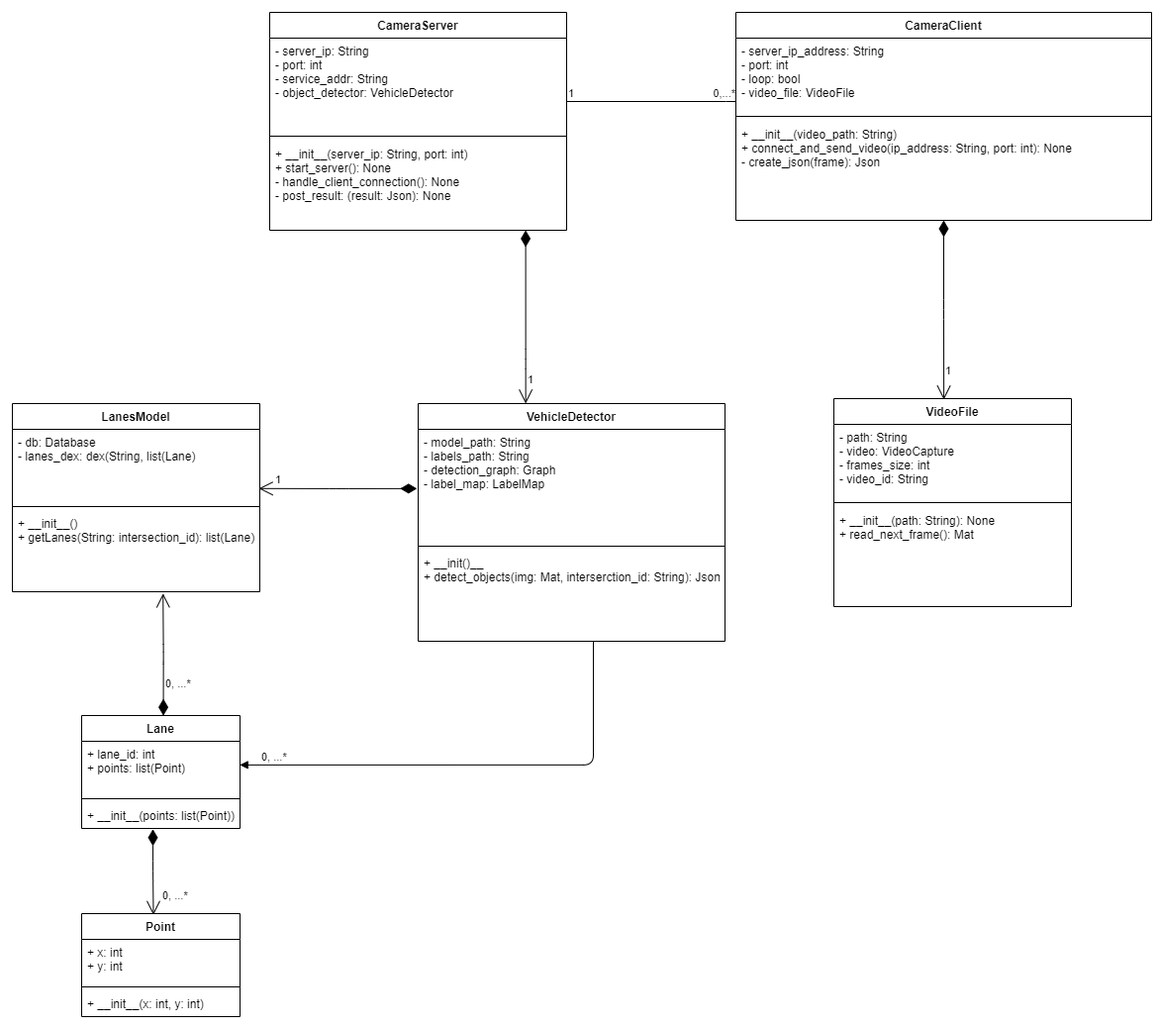
vararucristian/ASET-traffic-tracking keeps this draw.io diagram as Architecture/Client Server class diagram.png. Above is the earlier version. Source tidied: cells renumbered, new cells last; positions are measured from the earlier drawing's top-left corner, leaving out a move shared by most shapes. Its diagram source:
```xml
<mxGraphModel>
  <root>
    <mxCell id="0" />
    <mxCell id="1" parent="0" />
    <mxCell id="2" value="1" style="endArrow=open;html=1;endSize=12;startArrow=diamondThin;startSize=14;startFill=1;edgeStyle=orthogonalEdgeStyle;align=left;verticalAlign=bottom;exitX=0.862;exitY=1;exitDx=0;exitDy=0;exitPerimeter=0;" parent="1" edge="1" source="7" target="16">
      <mxGeometry x="0.83" relative="1" as="geometry">
        <Array as="points">
          <mxPoint x="519" y="350" />
          <mxPoint x="519" y="350" />
        </Array>
      </mxGeometry>
    </mxCell>
    <mxCell id="3" value="1" style="endArrow=open;html=1;endSize=12;startArrow=diamondThin;startSize=14;startFill=1;edgeStyle=orthogonalEdgeStyle;align=left;verticalAlign=bottom;entryX=0.463;entryY=0.005;entryDx=0;entryDy=0;entryPerimeter=0;exitX=0.5;exitY=1;exitDx=0;exitDy=0;" parent="1" edge="1" source="8" target="12">
      <mxGeometry x="0.76" relative="1" as="geometry">
        <mxPoint y="1" as="offset" />
      </mxGeometry>
    </mxCell>
    <mxCell id="4" value="CameraServer" style="swimlane;fontStyle=1;align=center;verticalAlign=top;horizontal=1;startSize=26;rounded=0;shadow=0;strokeWidth=1;" parent="1" vertex="1">
      <mxGeometry x="260" width="300" height="220" as="geometry" />
    </mxCell>
    <mxCell id="5" value="- server_ip: String&#10;- port: int&#10;- service_addr: String&#10;- object_detector: VehicleDetector" style="text;align=left;verticalAlign=top;spacingLeft=4;spacingRight=4;overflow=hidden;points=[[0,0.5],[1,0.5]];portConstraint=eastwest;" parent="4" vertex="1">
      <mxGeometry y="26" width="300" height="94" as="geometry" />
    </mxCell>
    <mxCell id="6" style="line;html=1;strokeWidth=1;align=left;verticalAlign=middle;spacingTop=-1;spacingLeft=3;spacingRight=3;labelPosition=right;" parent="4" vertex="1">
      <mxGeometry y="120" width="300" height="10" as="geometry" />
    </mxCell>
    <mxCell id="7" value="+ __init__(server_ip: String, port: int)&#10;+ start_server(): None&#10;- handle_client_connection(): None&#10;- post_result: (result: Json): None" style="text;align=left;verticalAlign=top;spacingLeft=4;spacingRight=4;overflow=hidden;points=[[0,0.5],[1,0.5]];portConstraint=eastwest;" parent="4" vertex="1">
      <mxGeometry y="130" width="300" height="90" as="geometry" />
    </mxCell>
    <mxCell id="8" value="CameraClient" style="swimlane;fontStyle=1;align=center;verticalAlign=top;horizontal=1;startSize=26;rounded=0;shadow=0;strokeWidth=1;" parent="1" vertex="1">
      <mxGeometry x="731" width="420" height="210" as="geometry" />
    </mxCell>
    <mxCell id="9" value="- server_ip_address: String&#10;- port: int&#10;- loop: bool&#10;- video_file: VideoFile" style="text;align=left;verticalAlign=top;spacingLeft=4;spacingRight=4;overflow=hidden;" parent="8" vertex="1">
      <mxGeometry y="26" width="420" height="74" as="geometry" />
    </mxCell>
    <mxCell id="10" style="line;html=1;strokeWidth=1;align=left;verticalAlign=middle;spacingTop=-1;spacingLeft=3;spacingRight=3;labelPosition=right;" parent="8" vertex="1">
      <mxGeometry y="100" width="420" height="10" as="geometry" />
    </mxCell>
    <mxCell id="11" value="+ __init__(video_path: String)&#10;+ connect_and_send_video(ip_address: String, port: int): None&#10;- create_json(frame): Json" style="text;align=left;verticalAlign=top;spacingLeft=4;spacingRight=4;overflow=hidden;" parent="8" vertex="1">
      <mxGeometry y="110" width="420" height="90" as="geometry" />
    </mxCell>
    <mxCell id="12" value="VideoFile" style="swimlane;fontStyle=1;align=center;verticalAlign=top;horizontal=1;startSize=26;" parent="1" vertex="1">
      <mxGeometry x="830" y="390" width="240" height="210" as="geometry" />
    </mxCell>
    <mxCell id="13" value="- path: String&#10;- video: VideoCapture&#10;- frames_size: int&#10;- video_id: String" style="text;strokeColor=none;fillColor=none;align=left;verticalAlign=top;spacingLeft=4;spacingRight=4;overflow=hidden;" parent="12" vertex="1">
      <mxGeometry y="26" width="240" height="74" as="geometry" />
    </mxCell>
    <mxCell id="14" style="line;strokeWidth=1;fillColor=none;align=left;verticalAlign=middle;spacingTop=-1;spacingLeft=3;spacingRight=3;labelPosition=right;" parent="12" vertex="1">
      <mxGeometry y="100" width="240" height="10" as="geometry" />
    </mxCell>
    <mxCell id="15" value="+ __init__(path: String): None&#10;+ read_next_frame(): Mat" style="text;strokeColor=none;fillColor=none;align=left;verticalAlign=top;spacingLeft=4;spacingRight=4;overflow=hidden;" parent="12" vertex="1">
      <mxGeometry y="110" width="240" height="100" as="geometry" />
    </mxCell>
    <mxCell id="16" value="VehicleDetector" style="swimlane;fontStyle=1;align=center;verticalAlign=top;horizontal=1;startSize=26;" parent="1" vertex="1">
      <mxGeometry x="410" y="395" width="310" height="240" as="geometry" />
    </mxCell>
    <mxCell id="17" value="- model_path: String&#10;- labels_path: String&#10;- detection_graph: Graph&#10;- label_map: LabelMap" style="text;strokeColor=none;fillColor=none;align=left;verticalAlign=top;spacingLeft=4;spacingRight=4;overflow=hidden;points=[[0,0.5],[1,0.5]];portConstraint=eastwest;" parent="16" vertex="1">
      <mxGeometry y="26" width="310" height="114" as="geometry" />
    </mxCell>
    <mxCell id="18" style="line;strokeWidth=1;fillColor=none;align=left;verticalAlign=middle;spacingTop=-1;spacingLeft=3;spacingRight=3;labelPosition=right;" parent="16" vertex="1">
      <mxGeometry y="140" width="310" height="8" as="geometry" />
    </mxCell>
    <mxCell id="19" value="+ __init()__&#10;+ detect_objects(img: Mat, interserction_id: String): Json" style="text;strokeColor=none;fillColor=none;align=left;verticalAlign=top;spacingLeft=4;spacingRight=4;overflow=hidden;points=[[0,0.5],[1,0.5]];portConstraint=eastwest;" parent="16" vertex="1">
      <mxGeometry y="148" width="310" height="92" as="geometry" />
    </mxCell>
    <mxCell id="20" value="1" style="endArrow=open;html=1;endSize=12;startArrow=diamondThin;startSize=14;startFill=1;edgeStyle=orthogonalEdgeStyle;align=left;verticalAlign=bottom;entryX=0.996;entryY=0.808;entryDx=0;entryDy=0;entryPerimeter=0;exitX=-0.004;exitY=0.525;exitDx=0;exitDy=0;exitPerimeter=0;" parent="1" edge="1" source="17" target="22">
      <mxGeometry x="0.81" relative="1" as="geometry" />
    </mxCell>
    <mxCell id="21" value="LanesModel" style="swimlane;fontStyle=1;align=center;verticalAlign=top;horizontal=1;startSize=26;" parent="1" vertex="1">
      <mxGeometry y="395" width="250" height="190" as="geometry" />
    </mxCell>
    <mxCell id="22" value="- db: Database&#10;- lanes_dex: dex(String, list(Lane)" style="text;strokeColor=none;fillColor=none;align=left;verticalAlign=top;spacingLeft=4;spacingRight=4;overflow=hidden;points=[[0,0.5],[1,0.5]];portConstraint=eastwest;" parent="21" vertex="1">
      <mxGeometry y="26" width="250" height="74" as="geometry" />
    </mxCell>
    <mxCell id="23" style="line;strokeWidth=1;fillColor=none;align=left;verticalAlign=middle;spacingTop=-1;spacingLeft=3;spacingRight=3;labelPosition=right;" parent="21" vertex="1">
      <mxGeometry y="100" width="250" height="8" as="geometry" />
    </mxCell>
    <mxCell id="24" value="+ __init__()&#10;+ getLanes(String: intersection_id): list(Lane)" style="text;strokeColor=none;fillColor=none;align=left;verticalAlign=top;spacingLeft=4;spacingRight=4;overflow=hidden;points=[[0,0.5],[1,0.5]];portConstraint=eastwest;" parent="21" vertex="1">
      <mxGeometry y="108" width="250" height="82" as="geometry" />
    </mxCell>
    <mxCell id="25" value="0, ...*" style="endArrow=open;html=1;endSize=12;startArrow=diamondThin;startSize=14;startFill=1;edgeStyle=orthogonalEdgeStyle;align=left;verticalAlign=bottom;exitX=0.45;exitY=1.031;exitDx=0;exitDy=0;exitPerimeter=0;entryX=0.453;entryY=0.013;entryDx=0;entryDy=0;entryPerimeter=0;" parent="1" edge="1" source="36" target="29">
      <mxGeometry x="0.75" y="8" relative="1" as="geometry" />
    </mxCell>
    <mxCell id="26" value="0, ...*" style="endArrow=open;html=1;endSize=12;startArrow=diamondThin;startSize=14;startFill=1;edgeStyle=orthogonalEdgeStyle;align=left;verticalAlign=bottom;exitX=0.516;exitY=0.001;exitDx=0;exitDy=0;exitPerimeter=0;entryX=0.609;entryY=1.022;entryDx=0;entryDy=0;entryPerimeter=0;" parent="1" edge="1" source="33" target="24">
      <mxGeometry x="-0.62" relative="1" as="geometry">
        <Array as="points">
          <mxPoint x="153" y="648" />
          <mxPoint x="152" y="587" />
        </Array>
      </mxGeometry>
    </mxCell>
    <mxCell id="27" style="endArrow=block;endFill=1;html=1;edgeStyle=orthogonalEdgeStyle;align=left;verticalAlign=top;exitX=0.571;exitY=0.998;exitDx=0;exitDy=0;exitPerimeter=0;entryX=0.999;entryY=0.443;entryDx=0;entryDy=0;entryPerimeter=0;" parent="1" edge="1" source="19" target="34">
      <mxGeometry x="-0.77" relative="1" as="geometry">
        <Array as="points">
          <mxPoint x="587" y="760" />
        </Array>
      </mxGeometry>
    </mxCell>
    <mxCell id="28" value="0, ...*" style="edgeLabel;html=1;align=left;verticalAlign=bottom;" parent="27" vertex="1">
      <mxGeometry x="-1" relative="1" as="geometry">
        <mxPoint x="-337" y="125.2" as="offset" />
      </mxGeometry>
    </mxCell>
    <mxCell id="29" value="Point" style="swimlane;fontStyle=1;align=center;verticalAlign=top;horizontal=1;startSize=26;" parent="1" vertex="1">
      <mxGeometry x="70" y="910" width="160" height="104" as="geometry" />
    </mxCell>
    <mxCell id="30" value="+ x: int&#10;+ y: int" style="text;strokeColor=none;fillColor=none;align=left;verticalAlign=top;spacingLeft=4;spacingRight=4;overflow=hidden;" parent="29" vertex="1">
      <mxGeometry y="26" width="160" height="44" as="geometry" />
    </mxCell>
    <mxCell id="31" style="line;strokeWidth=1;fillColor=none;align=left;verticalAlign=middle;spacingTop=-1;spacingLeft=3;spacingRight=3;labelPosition=right;" parent="29" vertex="1">
      <mxGeometry y="70" width="160" height="8" as="geometry" />
    </mxCell>
    <mxCell id="32" value="+ __init__(x: int, y: int)" style="text;strokeColor=none;fillColor=none;align=left;verticalAlign=top;spacingLeft=4;spacingRight=4;overflow=hidden;" parent="29" vertex="1">
      <mxGeometry y="78" width="160" height="26" as="geometry" />
    </mxCell>
    <mxCell id="33" value="Lane" style="swimlane;fontStyle=1;align=center;verticalAlign=top;horizontal=1;startSize=26;" parent="1" vertex="1">
      <mxGeometry x="70" y="710" width="160" height="114" as="geometry" />
    </mxCell>
    <mxCell id="34" value="+ lane_id: int&#10;+ points: list(Point)" style="text;strokeColor=none;fillColor=none;align=left;verticalAlign=top;spacingLeft=4;spacingRight=4;overflow=hidden;points=[[0,0.5],[1,0.5]];portConstraint=eastwest;" parent="33" vertex="1">
      <mxGeometry y="26" width="160" height="54" as="geometry" />
    </mxCell>
    <mxCell id="35" style="line;strokeWidth=1;fillColor=none;align=left;verticalAlign=middle;spacingTop=-1;spacingLeft=3;spacingRight=3;labelPosition=right;" parent="33" vertex="1">
      <mxGeometry y="80" width="160" height="8" as="geometry" />
    </mxCell>
    <mxCell id="36" value="+ __init__(points: list(Point))" style="text;strokeColor=none;fillColor=none;align=left;verticalAlign=top;spacingLeft=4;spacingRight=4;overflow=hidden;points=[[0,0.5],[1,0.5]];portConstraint=eastwest;" parent="33" vertex="1">
      <mxGeometry y="88" width="160" height="26" as="geometry" />
    </mxCell>
    <mxCell id="37" style="endArrow=none;html=1;edgeStyle=orthogonalEdgeStyle;" parent="1" edge="1" source="5">
      <mxGeometry relative="1" as="geometry">
        <mxPoint x="731" y="90" as="targetPoint" />
        <Array as="points">
          <mxPoint x="731" y="90" />
        </Array>
      </mxGeometry>
    </mxCell>
    <mxCell id="38" value="1" style="edgeLabel;html=1;align=left;verticalAlign=bottom;" parent="37" vertex="1">
      <mxGeometry x="-1" relative="1" as="geometry" />
    </mxCell>
    <mxCell id="39" value="0,...*" style="edgeLabel;html=1;align=right;verticalAlign=bottom;" parent="37" vertex="1">
      <mxGeometry x="1" relative="1" as="geometry" />
    </mxCell>
  </root>
</mxGraphModel>
```
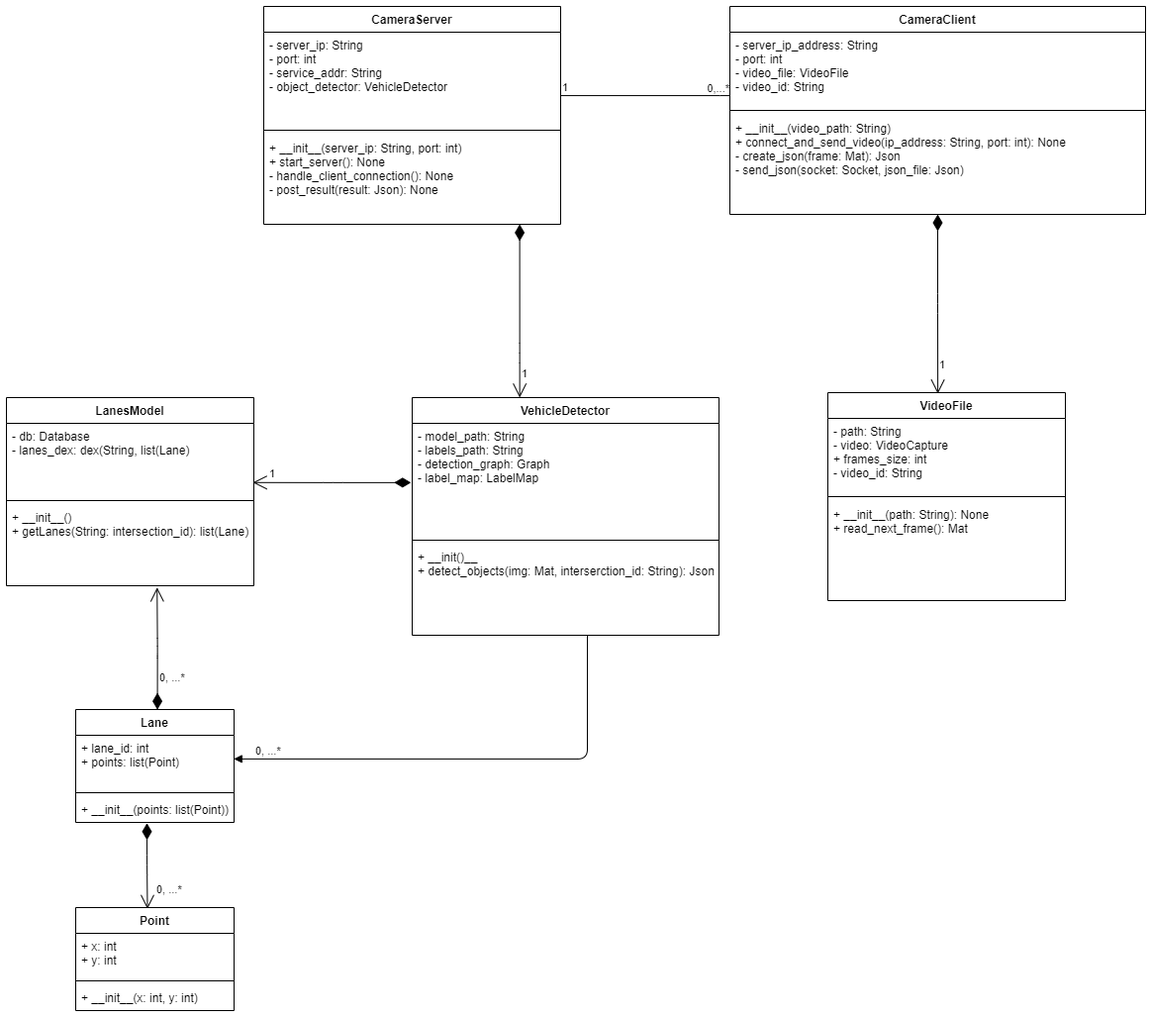
Above is the later version.

Commit message:
Client Server sequence diagram

Change to the diagram source:
```diff
@@ -24,25 +24,25 @@
     <mxCell id="6" style="line;html=1;strokeWidth=1;align=left;verticalAlign=middle;spacingTop=-1;spacingLeft=3;spacingRight=3;labelPosition=right;" parent="4" vertex="1">
       <mxGeometry y="120" width="300" height="10" as="geometry" />
     </mxCell>
-    <mxCell id="7" value="+ __init__(server_ip: String, port: int)&#10;+ start_server(): None&#10;- handle_client_connection(): None&#10;- post_result: (result: Json): None" style="text;align=left;verticalAlign=top;spacingLeft=4;spacingRight=4;overflow=hidden;points=[[0,0.5],[1,0.5]];portConstraint=eastwest;" parent="4" vertex="1">
+    <mxCell id="7" value="+ __init__(server_ip: String, port: int)&#10;+ start_server(): None&#10;- handle_client_connection(): None&#10;- post_result(result: Json): None" style="text;align=left;verticalAlign=top;spacingLeft=4;spacingRight=4;overflow=hidden;points=[[0,0.5],[1,0.5]];portConstraint=eastwest;" parent="4" vertex="1">
       <mxGeometry y="130" width="300" height="90" as="geometry" />
     </mxCell>
     <mxCell id="8" value="CameraClient" style="swimlane;fontStyle=1;align=center;verticalAlign=top;horizontal=1;startSize=26;rounded=0;shadow=0;strokeWidth=1;" parent="1" vertex="1">
       <mxGeometry x="731" width="420" height="210" as="geometry" />
     </mxCell>
-    <mxCell id="9" value="- server_ip_address: String&#10;- port: int&#10;- loop: bool&#10;- video_file: VideoFile" style="text;align=left;verticalAlign=top;spacingLeft=4;spacingRight=4;overflow=hidden;" parent="8" vertex="1">
+    <mxCell id="9" value="- server_ip_address: String&#10;- port: int&#10;- video_file: VideoFile&#10;- video_id: String" style="text;align=left;verticalAlign=top;spacingLeft=4;spacingRight=4;overflow=hidden;" parent="8" vertex="1">
       <mxGeometry y="26" width="420" height="74" as="geometry" />
     </mxCell>
     <mxCell id="10" style="line;html=1;strokeWidth=1;align=left;verticalAlign=middle;spacingTop=-1;spacingLeft=3;spacingRight=3;labelPosition=right;" parent="8" vertex="1">
       <mxGeometry y="100" width="420" height="10" as="geometry" />
     </mxCell>
-    <mxCell id="11" value="+ __init__(video_path: String)&#10;+ connect_and_send_video(ip_address: String, port: int): None&#10;- create_json(frame): Json" style="text;align=left;verticalAlign=top;spacingLeft=4;spacingRight=4;overflow=hidden;" parent="8" vertex="1">
+    <mxCell id="11" value="+ __init__(video_path: String)&#10;+ connect_and_send_video(ip_address: String, port: int): None&#10;- create_json(frame: Mat): Json&#10;- send_json(socket: Socket, json_file: Json)" style="text;align=left;verticalAlign=top;spacingLeft=4;spacingRight=4;overflow=hidden;" parent="8" vertex="1">
       <mxGeometry y="110" width="420" height="90" as="geometry" />
     </mxCell>
     <mxCell id="12" value="VideoFile" style="swimlane;fontStyle=1;align=center;verticalAlign=top;horizontal=1;startSize=26;" parent="1" vertex="1">
       <mxGeometry x="830" y="390" width="240" height="210" as="geometry" />
     </mxCell>
-    <mxCell id="13" value="- path: String&#10;- video: VideoCapture&#10;- frames_size: int&#10;- video_id: String" style="text;strokeColor=none;fillColor=none;align=left;verticalAlign=top;spacingLeft=4;spacingRight=4;overflow=hidden;" parent="12" vertex="1">
+    <mxCell id="13" value="- path: String&#10;- video: VideoCapture&#10;+ frames_size: int&#10;- video_id: String" style="text;strokeColor=none;fillColor=none;align=left;verticalAlign=top;spacingLeft=4;spacingRight=4;overflow=hidden;" parent="12" vertex="1">
       <mxGeometry y="26" width="240" height="74" as="geometry" />
     </mxCell>
     <mxCell id="14" style="line;strokeWidth=1;fillColor=none;align=left;verticalAlign=middle;spacingTop=-1;spacingLeft=3;spacingRight=3;labelPosition=right;" parent="12" vertex="1">
```
